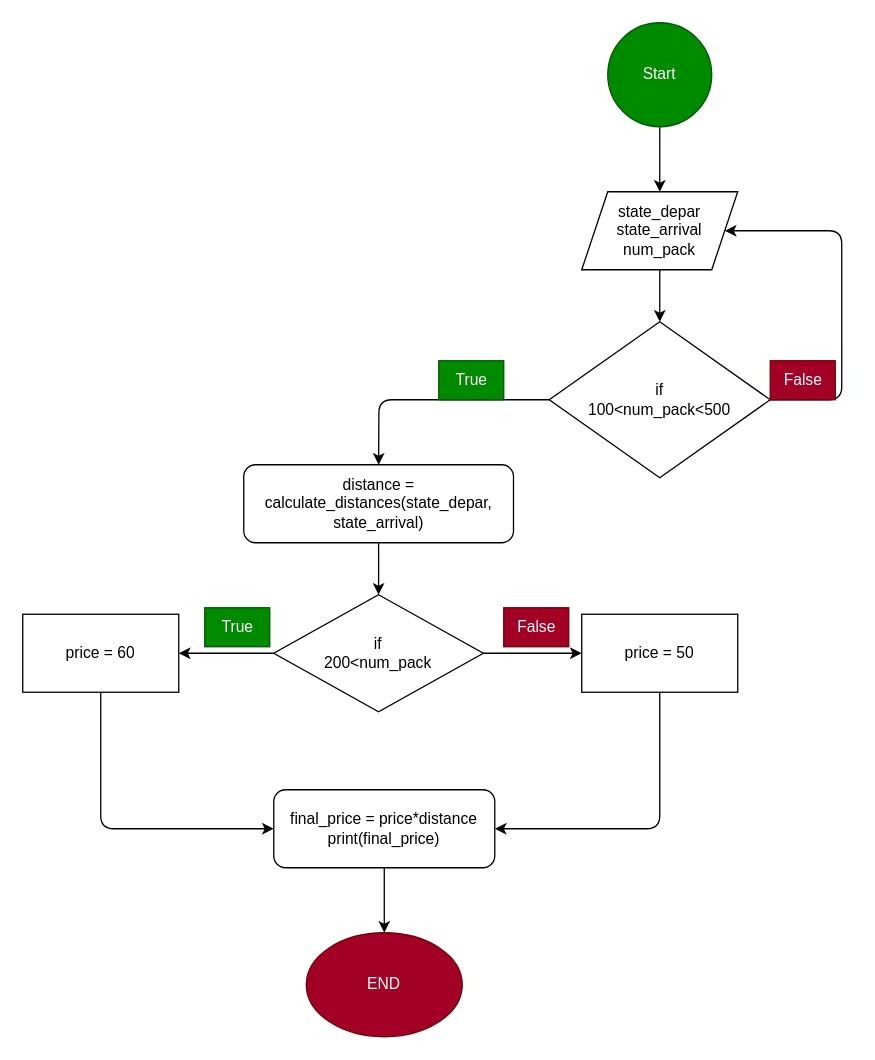
Before: Diagramas/exe2.drawio in Erik-Martinez/Programming-Skills-Level3, a draw.io diagram. Source tidied: cells renumbered, new cells numbered last; positions are measured from the earlier drawing's top-left corner, leaving out a move shared by most shapes. Both pictures are drawn from the tidied source at 130%, with x=0, y=0 at pixel (22, 22).
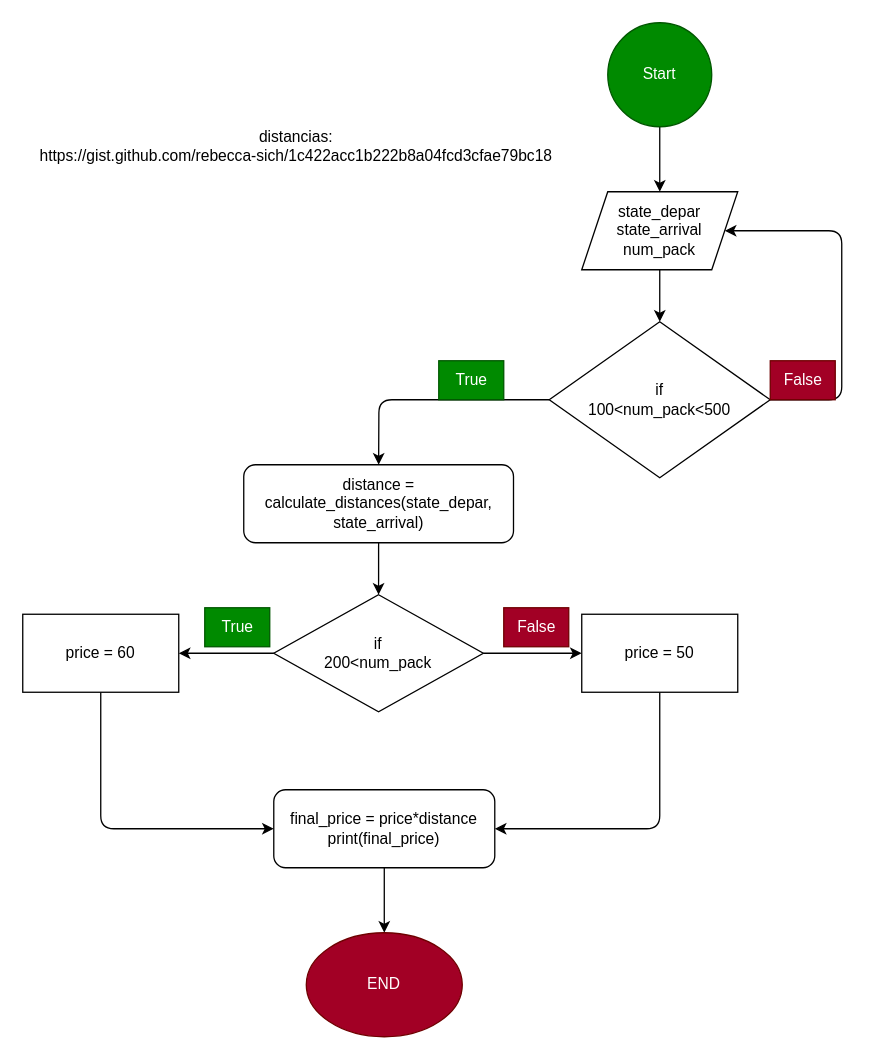
The same diagram, later.

Diff of the diagram source:
```diff
@@
+    <mxCell id="25" value="distancias:&lt;br&gt;https://gist.github.com/rebecca-sich/1c422acc1b222b8a04fcd3cfae79bc18" style="text;html=1;align=center;verticalAlign=middle;strokeColor=none;fillColor=none;" parent="1" vertex="1">
+      <mxGeometry y="75" width="420" height="40" as="geometry" />
+    </mxCell>
```
